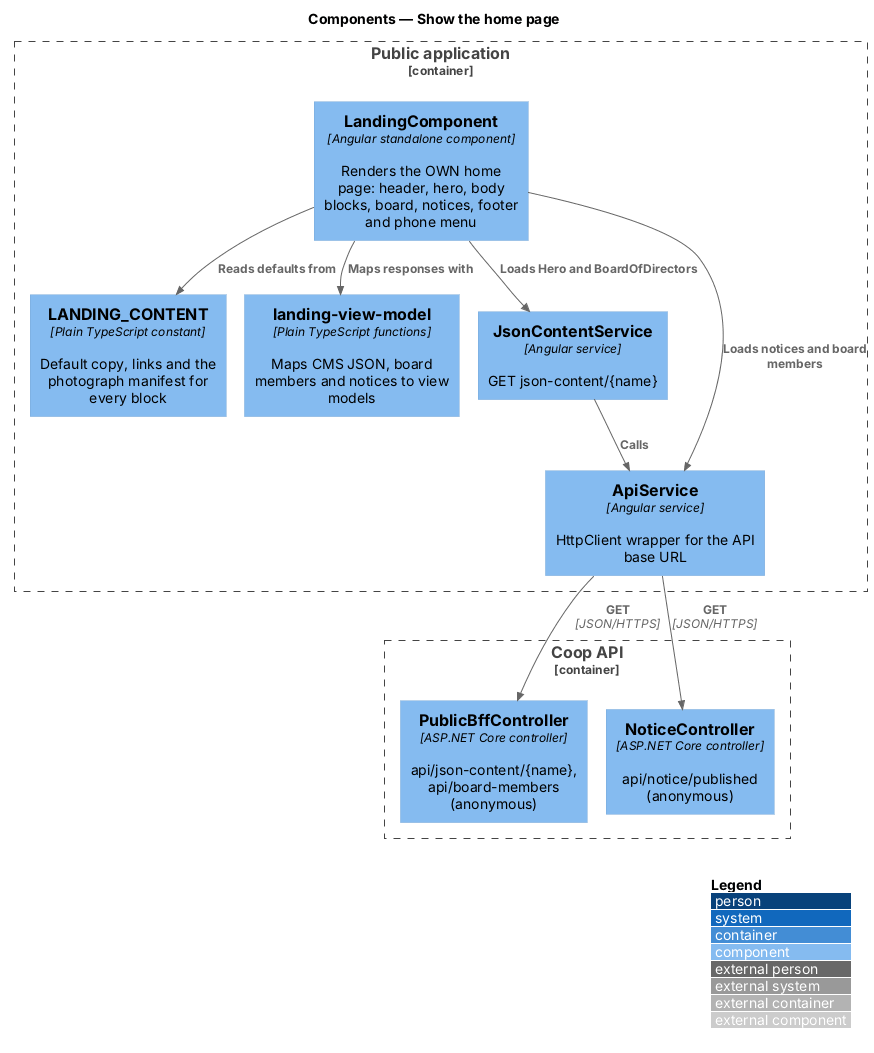
This is docs/detailed-designs/public-app/show-home-page/diagrams/c4-component.png from QuinntyneBrown/Coop, a PlantUML export, as it was before one commit.
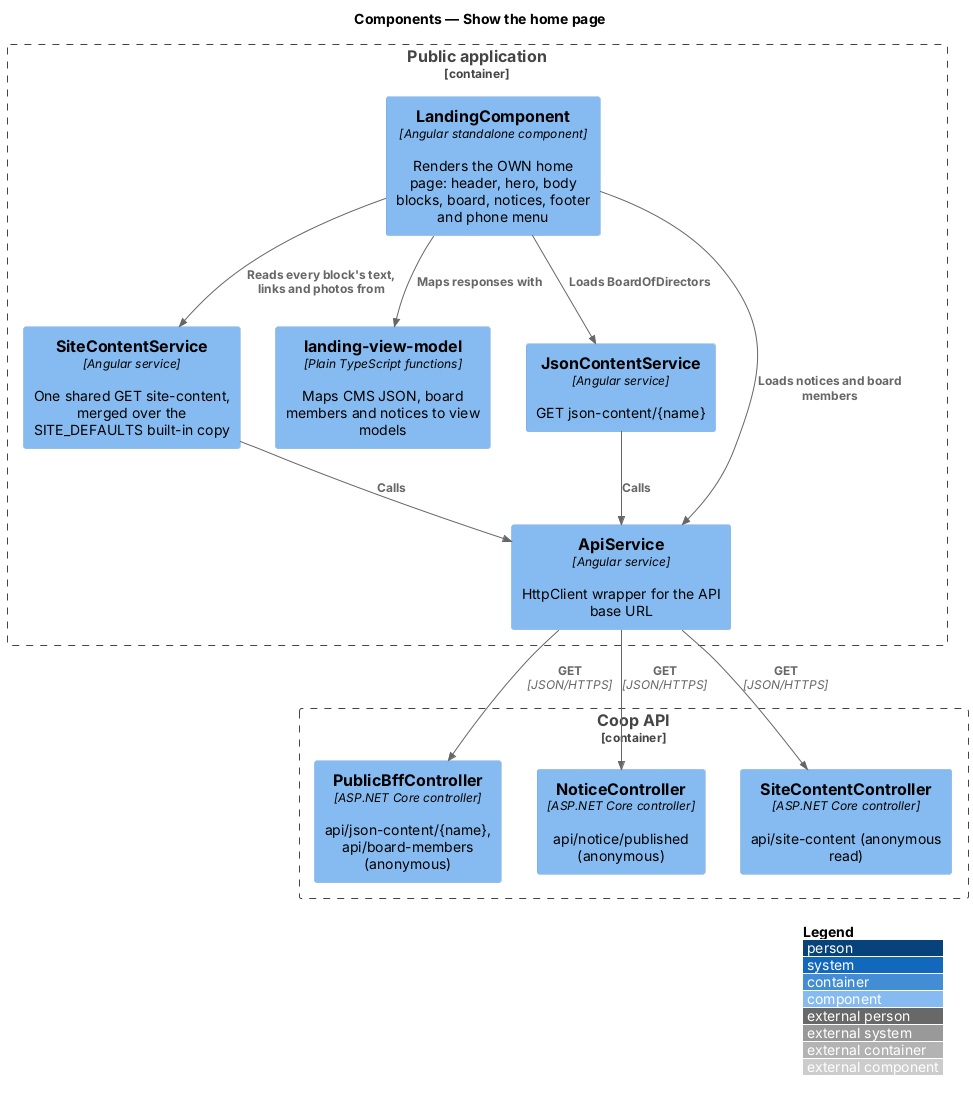
The same diagram one commit later.

Change to the diagram source:
```diff
@@ -1,12 +1,11 @@
 @startuml
-!pragma layout smetana
 !include <C4/C4_Component>
 LAYOUT_WITH_LEGEND()
 title Components — Show the home page
 
 Container_Boundary(public, "Public application") {
   Component(landing, "LandingComponent", "Angular standalone component", "Renders the OWN home page: header, hero, body blocks, board, notices, footer and phone menu")
-  Component(content, "LANDING_CONTENT", "Plain TypeScript constant", "Default copy, links and the photograph manifest for every block")
+  Component(content, "SiteContentService", "Angular service", "One shared GET site-content, merged over the SITE_DEFAULTS built-in copy")
   Component(vm, "landing-view-model", "Plain TypeScript functions", "Maps CMS JSON, board members and notices to view models")
   Component(jsonContent, "JsonContentService", "Angular service", "GET json-content/{name}")
   Component(apiService, "ApiService", "Angular service", "HttpClient wrapper for the API base URL")
@@ -14,13 +13,16 @@
 Container_Boundary(api, "Coop API") {
   Component(bff, "PublicBffController", "ASP.NET Core controller", "api/json-content/{name}, api/board-members (anonymous)")
   Component(notice, "NoticeController", "ASP.NET Core controller", "api/notice/published (anonymous)")
+  Component(site, "SiteContentController", "ASP.NET Core controller", "api/site-content (anonymous read)")
 }
 
-Rel(landing, content, "Reads defaults from")
+Rel(landing, content, "Reads every block's text, links and photos from")
 Rel(landing, vm, "Maps responses with")
-Rel(landing, jsonContent, "Loads Hero and BoardOfDirectors")
+Rel(landing, jsonContent, "Loads BoardOfDirectors")
 Rel(landing, apiService, "Loads notices and board members")
 Rel(jsonContent, apiService, "Calls")
+Rel(content, apiService, "Calls")
 Rel(apiService, bff, "GET", "JSON/HTTPS")
 Rel(apiService, notice, "GET", "JSON/HTTPS")
+Rel(apiService, site, "GET", "JSON/HTTPS")
 @enduml
```
